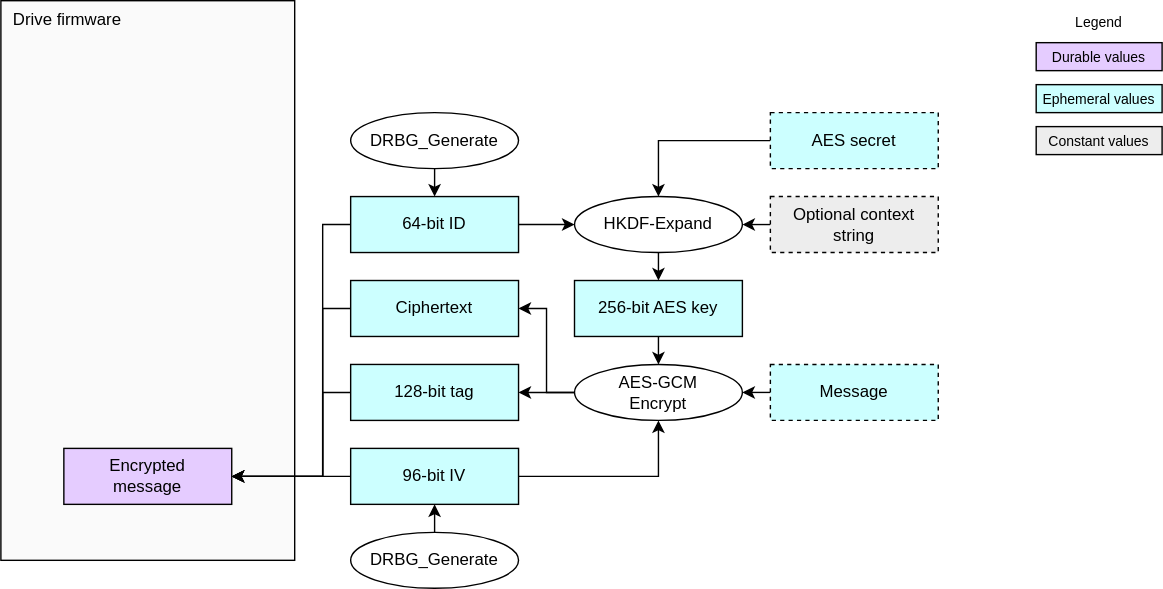
chipsalliance/Caliptra keeps this draw.io diagram as doc/ocp_lock/diagrams/preconditioned_aes_encrypt.drawio.svg. Above is the earlier version. Source tidied: cells renumbered, new cells last; positions are measured from the earlier drawing's top-left corner, leaving out a move shared by most shapes.
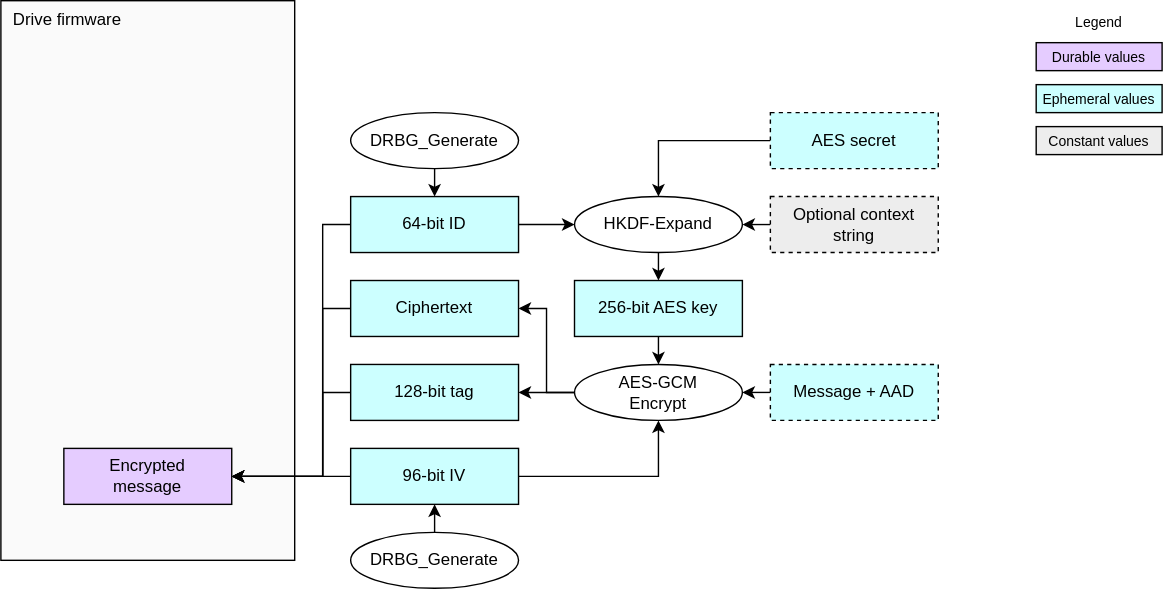
After the commit.

What changed in the source:
```diff
@@ -11,7 +11,7 @@
     <mxCell id="4" style="edgeStyle=orthogonalEdgeStyle;html=1;exitX=0;exitY=0.5;exitDx=0;exitDy=0;entryX=1;entryY=0.5;entryDx=0;entryDy=0;rounded=0;" parent="1" edge="1" source="5" target="11">
       <mxGeometry relative="1" as="geometry" />
     </mxCell>
-    <mxCell id="5" value="&lt;div&gt;&lt;font color=&quot;#000000&quot;&gt;Message&lt;/font&gt;&lt;/div&gt;" style="rounded=0;whiteSpace=wrap;html=1;align=center;verticalAlign=middle;shadow=0;glass=0;spacingLeft=0;spacingBottom=0;spacingTop=0;fillColor=#CCFFFF;dashed=1;" parent="1" vertex="1">
+    <mxCell id="5" value="&lt;div&gt;&lt;font color=&quot;#000000&quot;&gt;Message + AAD&lt;/font&gt;&lt;/div&gt;" style="rounded=0;whiteSpace=wrap;html=1;align=center;verticalAlign=middle;shadow=0;glass=0;spacingLeft=0;spacingBottom=0;spacingTop=0;fillColor=#CCFFFF;dashed=1;" parent="1" vertex="1">
       <mxGeometry x="550" y="260" width="120" height="40" as="geometry" />
     </mxCell>
     <mxCell id="6" style="edgeStyle=orthogonalEdgeStyle;html=1;exitX=1;exitY=0.5;exitDx=0;exitDy=0;entryX=0.5;entryY=1;entryDx=0;entryDy=0;rounded=0;curved=0;" parent="1" edge="1" source="7" target="11">
```
